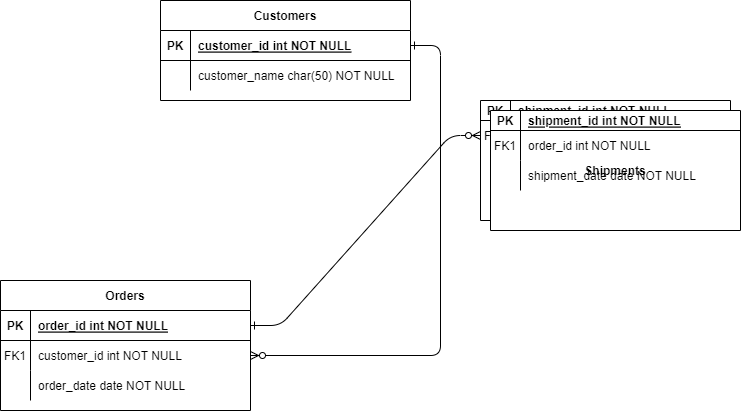
This is imgs/Diagrama sem nome.drawio.png from DeividXupon/Diagramas, a draw.io export, as it was before one commit. Source tidied: cells renumbered, new cells last; positions are measured from the earlier drawing's top-left corner, leaving out a move shared by most shapes.
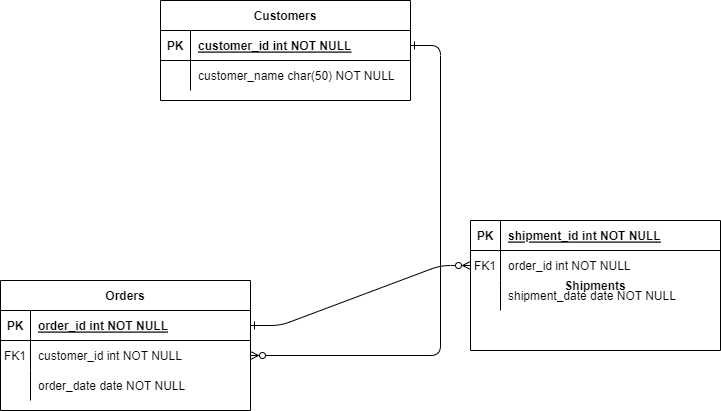
Above is the later version.

Diff of the diagram source:
```diff
@@ -39,19 +39,19 @@
       <mxGeometry x="30" width="220" height="30" as="geometry" />
     </mxCell>
     <mxCell id="14" value="Shipments" style="shape=table;startSize=0;rowLines=0;fontStyle=1;align=center;" parent="1" vertex="1">
-      <mxGeometry x="480" y="100" width="250" height="120" as="geometry" />
+      <mxGeometry x="470" y="220" width="250" height="130" as="geometry" />
     </mxCell>
     <mxCell id="15" style="shape=partialRectangle;fillColor=none;top=0;left=0;right=0;bottom=1;" parent="14" vertex="1">
-      <mxGeometry width="250" height="20" as="geometry" />
+      <mxGeometry width="250" height="30" as="geometry" />
     </mxCell>
     <mxCell id="16" value="PK" style="shape=partialRectangle;overflow=hidden;fillColor=none;top=0;left=0;bottom=0;right=0;fontStyle=1;" parent="15" vertex="1">
-      <mxGeometry width="30" height="20" as="geometry" />
+      <mxGeometry width="30" height="30" as="geometry" />
     </mxCell>
     <mxCell id="17" value="shipment_id int NOT NULL " style="shape=partialRectangle;overflow=hidden;fillColor=none;top=0;left=0;bottom=0;right=0;align=left;spacingLeft=6;fontStyle=5;" parent="15" vertex="1">
-      <mxGeometry x="30" width="220" height="20" as="geometry" />
+      <mxGeometry x="30" width="220" height="30" as="geometry" />
     </mxCell>
     <mxCell id="18" style="shape=partialRectangle;fillColor=none;points=[[0,0.5],[1,0.5]];portConstraint=eastwest;top=0;left=0;right=0;bottom=0;" parent="14" vertex="1">
-      <mxGeometry y="20" width="250" height="30" as="geometry" />
+      <mxGeometry y="30" width="250" height="30" as="geometry" />
     </mxCell>
     <mxCell id="19" value="FK1" style="shape=partialRectangle;overflow=hidden;fillColor=none;top=0;left=0;bottom=0;right=0;" parent="18" vertex="1">
       <mxGeometry width="30" height="30" as="geometry" />
@@ -60,7 +60,7 @@
       <mxGeometry x="30" width="220" height="30" as="geometry" />
     </mxCell>
     <mxCell id="21" style="shape=partialRectangle;fillColor=none;top=0;left=0;right=0;bottom=0;" parent="14" vertex="1">
-      <mxGeometry y="50" width="250" height="30" as="geometry" />
+      <mxGeometry y="60" width="250" height="30" as="geometry" />
     </mxCell>
     <mxCell id="22" style="shape=partialRectangle;overflow=hidden;fillColor=none;top=0;left=0;bottom=0;right=0;" parent="21" vertex="1">
       <mxGeometry width="30" height="30" as="geometry" />
@@ -89,35 +89,5 @@
     <mxCell id="30" value="customer_name char(50) NOT NULL" style="shape=partialRectangle;overflow=hidden;fillColor=none;top=0;left=0;bottom=0;right=0;align=left;spacingLeft=6;" parent="28" vertex="1">
       <mxGeometry x="30" width="220" height="30" as="geometry" />
     </mxCell>
-    <mxCell id="31" value="Shipments" style="shape=table;startSize=0;rowLines=0;fontStyle=1;align=center;" parent="1" vertex="1">
-      <mxGeometry x="490" y="110" width="250" height="120" as="geometry" />
-    </mxCell>
-    <mxCell id="32" style="shape=partialRectangle;fillColor=none;top=0;left=0;right=0;bottom=1;" parent="31" vertex="1">
-      <mxGeometry width="250" height="20" as="geometry" />
-    </mxCell>
-    <mxCell id="33" value="PK" style="shape=partialRectangle;overflow=hidden;fillColor=none;top=0;left=0;bottom=0;right=0;fontStyle=1;" parent="32" vertex="1">
-      <mxGeometry width="30" height="20" as="geometry" />
-    </mxCell>
-    <mxCell id="34" value="shipment_id int NOT NULL " style="shape=partialRectangle;overflow=hidden;fillColor=none;top=0;left=0;bottom=0;right=0;align=left;spacingLeft=6;fontStyle=5;" parent="32" vertex="1">
-      <mxGeometry x="30" width="220" height="20" as="geometry" />
-    </mxCell>
-    <mxCell id="35" style="shape=partialRectangle;fillColor=none;top=0;left=0;right=0;bottom=0;" parent="31" vertex="1">
-      <mxGeometry y="20" width="250" height="30" as="geometry" />
-    </mxCell>
-    <mxCell id="36" value="FK1" style="shape=partialRectangle;overflow=hidden;fillColor=none;top=0;left=0;bottom=0;right=0;" parent="35" vertex="1">
-      <mxGeometry width="30" height="30" as="geometry" />
-    </mxCell>
-    <mxCell id="37" value="order_id int NOT NULL" style="shape=partialRectangle;overflow=hidden;fillColor=none;top=0;left=0;bottom=0;right=0;align=left;spacingLeft=6;" parent="35" vertex="1">
-      <mxGeometry x="30" width="220" height="30" as="geometry" />
-    </mxCell>
-    <mxCell id="38" style="shape=partialRectangle;fillColor=none;top=0;left=0;right=0;bottom=0;" parent="31" vertex="1">
-      <mxGeometry y="50" width="250" height="30" as="geometry" />
-    </mxCell>
-    <mxCell id="39" style="shape=partialRectangle;overflow=hidden;fillColor=none;top=0;left=0;bottom=0;right=0;" parent="38" vertex="1">
-      <mxGeometry width="30" height="30" as="geometry" />
-    </mxCell>
-    <mxCell id="40" value="shipment_date date NOT NULL" style="shape=partialRectangle;overflow=hidden;fillColor=none;top=0;left=0;bottom=0;right=0;align=left;spacingLeft=6;" parent="38" vertex="1">
-      <mxGeometry x="30" width="220" height="30" as="geometry" />
-    </mxCell>
   </root>
 </mxGraphModel>
```
